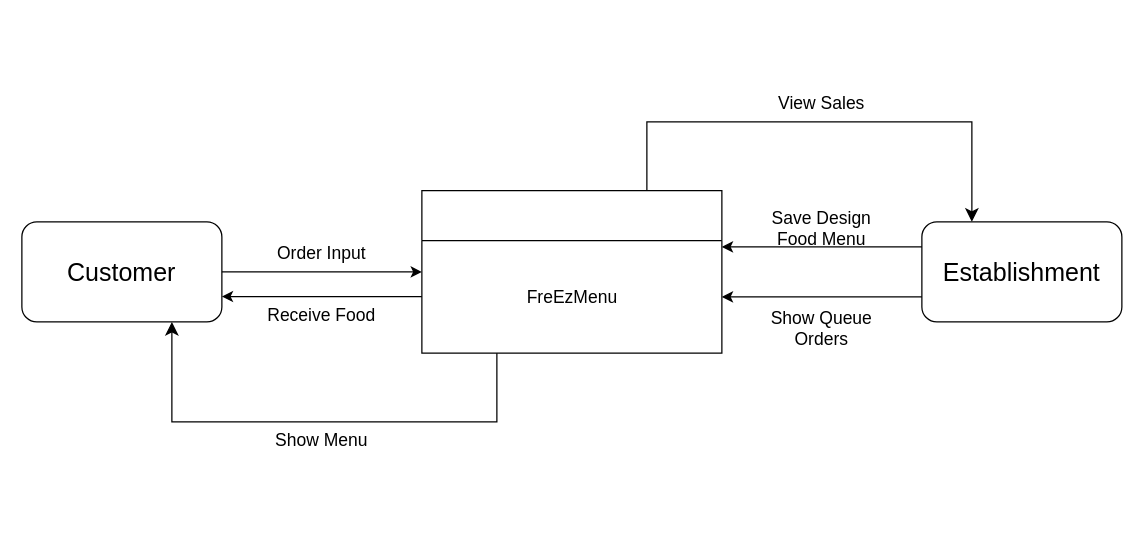
Earlier version of the draw.io diagram DOCS/Diagrams/Context Flow Diagram.drawio (alexxGmZ/MenuMaApp). Source tidied: cells renumbered, new cells numbered last; positions are measured from the earlier drawing's top-left corner, leaving out a move shared by most shapes. Both pictures are drawn from the tidied source at 125%, with x=0, y=0 at pixel (21, 84).
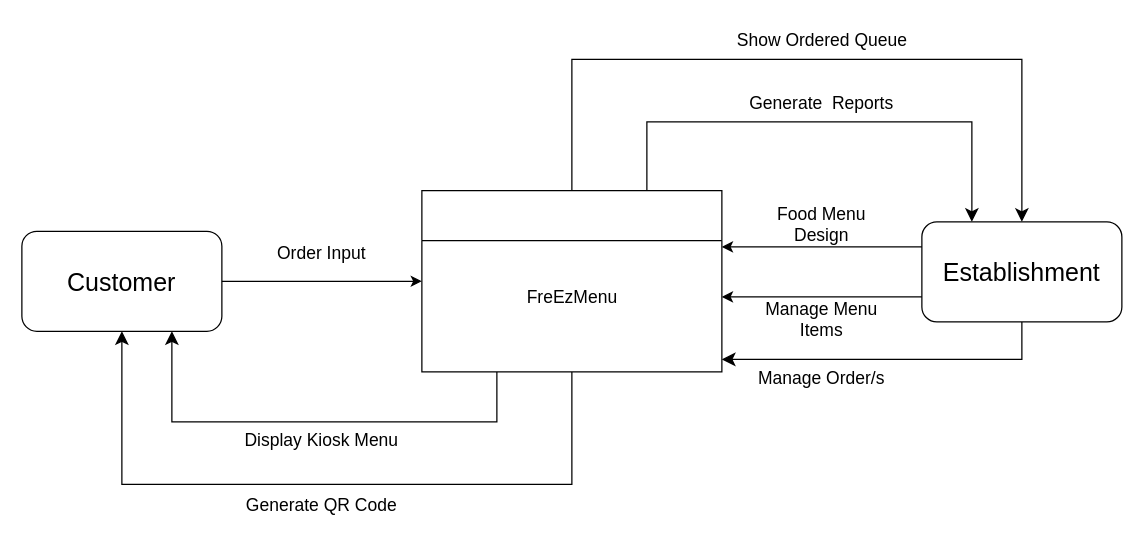
Above is the later version.

Commit message:
updated context flow diagram

The change refers to these unchanged cells:
```xml
<mxCell id="3" value="Establishment" style="rounded=1;whiteSpace=wrap;html=1;fontSize=20;" parent="1" vertex="1">
  <mxGeometry x="720" y="110" width="160" height="80" as="geometry" />
</mxCell>
```

What changed in the source:
```diff
@@
     <mxCell id="2" style="swimlane;startSize=40;" parent="1" vertex="1">
-      <mxGeometry x="320" y="85" width="240" height="130" as="geometry" />
+      <mxGeometry x="320" y="85" width="240" height="145" as="geometry" />
     </mxCell>
@@
     <mxCell id="4" value="Customer" style="rounded=1;whiteSpace=wrap;html=1;fontSize=20;" parent="1" vertex="1">
-      <mxGeometry y="110" width="160" height="80" as="geometry" />
+      <mxGeometry y="117.5" width="160" height="80" as="geometry" />
     </mxCell>
@@
-    <mxCell id="7" value="View Sales" style="text;html=1;strokeColor=none;fillColor=none;align=center;verticalAlign=middle;whiteSpace=wrap;rounded=0;fontSize=14;" parent="1" vertex="1">
-      <mxGeometry x="590" width="100" height="30" as="geometry" />
+    <mxCell id="7" value="Generate&amp;nbsp; Reports" style="text;html=1;strokeColor=none;fillColor=none;align=center;verticalAlign=middle;whiteSpace=wrap;rounded=0;fontSize=14;" parent="1" vertex="1">
+      <mxGeometry x="580" width="120" height="30" as="geometry" />
     </mxCell>
@@
-    <mxCell id="9" value="Save Design Food Menu" style="text;html=1;strokeColor=none;fillColor=none;align=center;verticalAlign=middle;whiteSpace=wrap;rounded=0;fontSize=14;" parent="1" vertex="1">
-      <mxGeometry x="590" y="100" width="100" height="30" as="geometry" />
+    <mxCell id="9" value="Food Menu Design" style="text;html=1;strokeColor=none;fillColor=none;align=center;verticalAlign=middle;whiteSpace=wrap;rounded=0;fontSize=14;" parent="1" vertex="1">
+      <mxGeometry x="590" y="97" width="100" height="30" as="geometry" />
     </mxCell>
@@
-    <mxCell id="12" style="endArrow=classic;html=1;fontSize=14;exitX=0;exitY=0.75;exitDx=0;exitDy=0;" parent="1" edge="1" source="3">
-      <mxGeometry relative="1" as="geometry">
-        <mxPoint x="560" y="170" as="targetPoint" />
-      </mxGeometry>
-    </mxCell>
-    <mxCell id="13" value="Show Queue Orders" style="text;html=1;strokeColor=none;fillColor=none;align=center;verticalAlign=middle;whiteSpace=wrap;rounded=0;fontSize=14;" parent="1" vertex="1">
-      <mxGeometry x="590" y="180" width="100" height="30" as="geometry" />
+    <mxCell id="13" value="Show Ordered Queue" style="text;html=1;strokeColor=none;fillColor=none;align=center;verticalAlign=middle;whiteSpace=wrap;rounded=0;fontSize=14;" parent="1" vertex="1">
+      <mxGeometry x="567.5" y="-50" width="145" height="30" as="geometry" />
     </mxCell>
@@
-    <mxCell id="15" value="Show Menu" style="text;html=1;strokeColor=none;fillColor=none;align=center;verticalAlign=middle;whiteSpace=wrap;rounded=0;fontSize=14;" parent="1" vertex="1">
-      <mxGeometry x="190" y="270" width="100" height="30" as="geometry" />
+    <mxCell id="15" value="Display Kiosk Menu" style="text;html=1;strokeColor=none;fillColor=none;align=center;verticalAlign=middle;whiteSpace=wrap;rounded=0;fontSize=14;" parent="1" vertex="1">
+      <mxGeometry x="175" y="270" width="130" height="30" as="geometry" />
     </mxCell>
-    <mxCell id="16" style="endArrow=classic;html=1;fontSize=20;entryX=1;entryY=0.5;entryDx=0;entryDy=0;endFill=1;startArrow=none;startFill=0;exitX=0;exitY=0.5;exitDx=0;exitDy=0;" parent="1" edge="1">
-      <mxGeometry relative="1" as="geometry">
-        <mxPoint x="320" y="169.7" as="sourcePoint" />
-        <mxPoint x="160" y="169.7" as="targetPoint" />
-      </mxGeometry>
-    </mxCell>
-    <mxCell id="17" value="Receive Food" style="text;html=1;strokeColor=none;fillColor=none;align=center;verticalAlign=middle;whiteSpace=wrap;rounded=0;fontSize=14;" parent="1" vertex="1">
-      <mxGeometry x="190" y="170" width="100" height="30" as="geometry" />
-    </mxCell>
+    <mxCell id="18" style="edgeStyle=elbowEdgeStyle;elbow=horizontal;endArrow=classic;html=1;curved=0;rounded=0;endSize=8;startSize=8;entryX=0.5;entryY=0;entryDx=0;entryDy=0;exitX=0.5;exitY=0;exitDx=0;exitDy=0;" parent="1" edge="1" source="2" target="3">
+      <mxGeometry relative="1" as="geometry">
+        <Array as="points">
+          <mxPoint x="620" y="-20" />
+        </Array>
+      </mxGeometry>
+    </mxCell>
+    <mxCell id="19" style="edgeStyle=elbowEdgeStyle;elbow=horizontal;endArrow=classic;html=1;curved=0;rounded=0;endSize=8;startSize=8;fontSize=14;entryX=0.5;entryY=1;entryDx=0;entryDy=0;exitX=0.5;exitY=1;exitDx=0;exitDy=0;" parent="1" edge="1" source="2" target="4">
+      <mxGeometry relative="1" as="geometry">
+        <Array as="points">
+          <mxPoint x="260" y="320" />
+        </Array>
+      </mxGeometry>
+    </mxCell>
+    <mxCell id="20" style="endArrow=classic;html=1;fontSize=14;exitX=0;exitY=0.75;exitDx=0;exitDy=0;" parent="1" edge="1" source="3">
+      <mxGeometry relative="1" as="geometry">
+        <mxPoint x="560" y="170" as="targetPoint" />
+      </mxGeometry>
+    </mxCell>
+    <mxCell id="21" value="Manage Menu Items" style="text;html=1;strokeColor=none;fillColor=none;align=center;verticalAlign=middle;whiteSpace=wrap;rounded=0;fontSize=14;" parent="1" vertex="1">
+      <mxGeometry x="590" y="173" width="100" height="30" as="geometry" />
+    </mxCell>
+    <mxCell id="22" value="Generate QR Code" style="text;html=1;strokeColor=none;fillColor=none;align=center;verticalAlign=middle;whiteSpace=wrap;rounded=0;fontSize=14;" parent="1" vertex="1">
+      <mxGeometry x="175" y="322" width="130" height="30" as="geometry" />
+    </mxCell>
+    <mxCell id="23" style="edgeStyle=elbowEdgeStyle;elbow=horizontal;endArrow=classic;html=1;curved=0;rounded=0;endSize=8;startSize=8;exitX=0.5;exitY=1;exitDx=0;exitDy=0;" parent="1" edge="1" source="3">
+      <mxGeometry relative="1" as="geometry">
+        <mxPoint x="560" y="220" as="targetPoint" />
+        <Array as="points">
+          <mxPoint x="800" y="210" />
+        </Array>
+      </mxGeometry>
+    </mxCell>
+    <mxCell id="24" value="Manage Order/s" style="text;html=1;strokeColor=none;fillColor=none;align=center;verticalAlign=middle;whiteSpace=wrap;rounded=0;fontSize=14;" parent="1" vertex="1">
+      <mxGeometry x="580" y="220" width="120" height="30" as="geometry" />
+    </mxCell>
```
